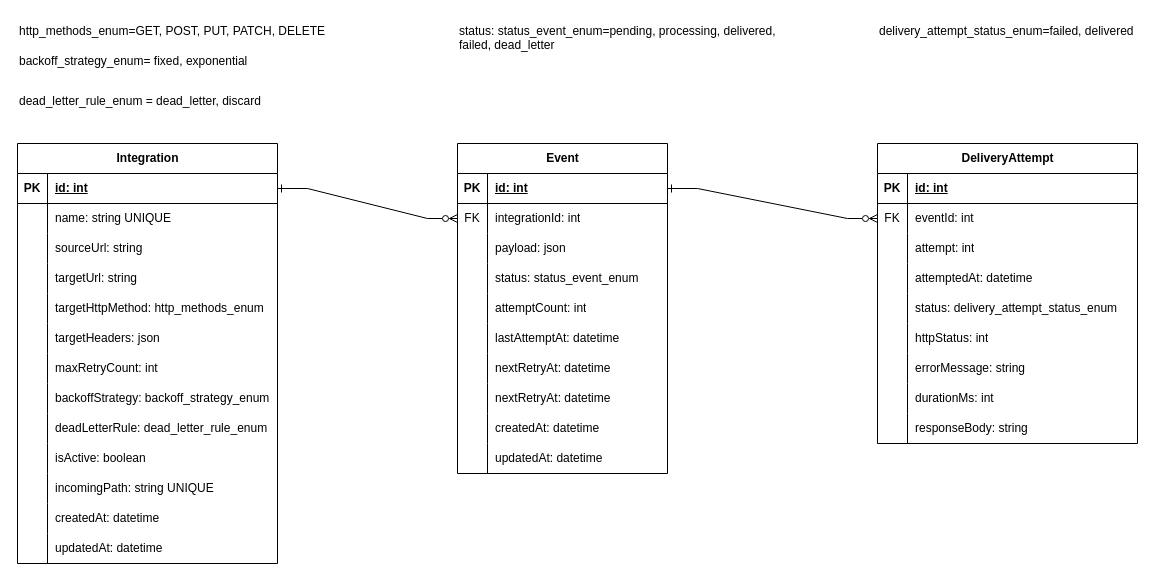
Earlier version of the draw.io diagram docs/er-diagram.drawio (Andrei-Soloviev/Integration-Hub). Source tidied: cells renumbered, new cells numbered last; positions are measured from the earlier drawing's top-left corner, leaving out a move shared by most shapes. Both pictures are drawn from the tidied source at 100%, with x=0, y=0 at pixel (17, 17).
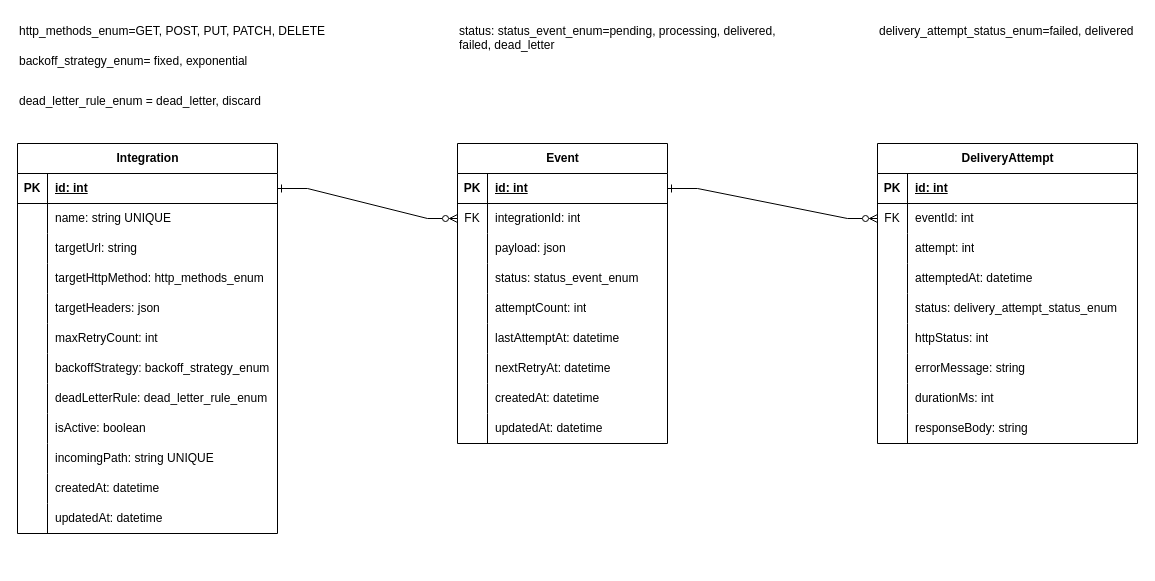
The same diagram, later.

Commit message (it also covers changes not shown here):
add schema.prisma and fix er-diagram and fix api-docs

What changed in the source:
```diff
@@
     <mxCell id="2" value="Integration" style="shape=table;startSize=30;childLayout=tableLayout;rowLines=0;fontStyle=1;align=center;html=1;" parent="1" vertex="1">
-      <mxGeometry y="126" width="260" height="420" as="geometry" />
+      <mxGeometry y="126" width="260" height="390" as="geometry" />
     </mxCell>
@@
-    <mxCell id="9" style="shape=tableRow;horizontal=0;startSize=0;swimlaneHead=0;swimlaneBody=0;fillColor=none;top=0;left=0;right=0;bottom=0;" parent="2" vertex="1">
-      <mxGeometry y="90" width="260" height="30" as="geometry" />
-    </mxCell>
-    <mxCell id="10" style="shape=partialRectangle;fillColor=none;top=0;left=0;bottom=0;right=0;overflow=hidden;whiteSpace=wrap;html=1;" parent="9" vertex="1">
-      <mxGeometry width="30" height="30" as="geometry" />
-    </mxCell>
-    <mxCell id="11" value="sourceUrl: string" style="shape=partialRectangle;fillColor=none;top=0;left=0;bottom=0;right=0;align=left;spacingLeft=6;overflow=hidden;whiteSpace=wrap;html=1;" parent="9" vertex="1">
-      <mxGeometry x="30" width="230" height="30" as="geometry" />
-    </mxCell>
     <mxCell id="12" style="shape=tableRow;horizontal=0;startSize=0;swimlaneHead=0;swimlaneBody=0;fillColor=none;top=0;left=0;right=0;bottom=0;" parent="2" vertex="1">
-      <mxGeometry y="120" width="260" height="30" as="geometry" />
+      <mxGeometry y="90" width="260" height="30" as="geometry" />
     </mxCell>
@@
     <mxCell id="15" style="shape=tableRow;horizontal=0;startSize=0;swimlaneHead=0;swimlaneBody=0;fillColor=none;top=0;left=0;right=0;bottom=0;" parent="2" vertex="1">
-      <mxGeometry y="150" width="260" height="30" as="geometry" />
+      <mxGeometry y="120" width="260" height="30" as="geometry" />
     </mxCell>
@@
     <mxCell id="18" style="shape=tableRow;horizontal=0;startSize=0;swimlaneHead=0;swimlaneBody=0;fillColor=none;top=0;left=0;right=0;bottom=0;" parent="2" vertex="1">
-      <mxGeometry y="180" width="260" height="30" as="geometry" />
+      <mxGeometry y="150" width="260" height="30" as="geometry" />
     </mxCell>
@@
     <mxCell id="21" style="shape=tableRow;horizontal=0;startSize=0;swimlaneHead=0;swimlaneBody=0;fillColor=none;top=0;left=0;right=0;bottom=0;" parent="2" vertex="1">
-      <mxGeometry y="210" width="260" height="30" as="geometry" />
+      <mxGeometry y="180" width="260" height="30" as="geometry" />
     </mxCell>
@@
     <mxCell id="24" style="shape=tableRow;horizontal=0;startSize=0;swimlaneHead=0;swimlaneBody=0;fillColor=none;top=0;left=0;right=0;bottom=0;" parent="2" vertex="1">
-      <mxGeometry y="240" width="260" height="30" as="geometry" />
+      <mxGeometry y="210" width="260" height="30" as="geometry" />
     </mxCell>
@@
     <mxCell id="27" style="shape=tableRow;horizontal=0;startSize=0;swimlaneHead=0;swimlaneBody=0;fillColor=none;top=0;left=0;right=0;bottom=0;" parent="2" vertex="1">
-      <mxGeometry y="270" width="260" height="30" as="geometry" />
+      <mxGeometry y="240" width="260" height="30" as="geometry" />
     </mxCell>
@@
     <mxCell id="30" style="shape=tableRow;horizontal=0;startSize=0;swimlaneHead=0;swimlaneBody=0;fillColor=none;top=0;left=0;right=0;bottom=0;" parent="2" vertex="1">
-      <mxGeometry y="300" width="260" height="30" as="geometry" />
+      <mxGeometry y="270" width="260" height="30" as="geometry" />
     </mxCell>
@@
     <mxCell id="33" style="shape=tableRow;horizontal=0;startSize=0;swimlaneHead=0;swimlaneBody=0;fillColor=none;top=0;left=0;right=0;bottom=0;" parent="2" vertex="1">
-      <mxGeometry y="330" width="260" height="30" as="geometry" />
+      <mxGeometry y="300" width="260" height="30" as="geometry" />
     </mxCell>
@@
     <mxCell id="36" style="shape=tableRow;horizontal=0;startSize=0;swimlaneHead=0;swimlaneBody=0;fillColor=none;top=0;left=0;right=0;bottom=0;" parent="2" vertex="1">
-      <mxGeometry y="360" width="260" height="30" as="geometry" />
+      <mxGeometry y="330" width="260" height="30" as="geometry" />
     </mxCell>
@@
     <mxCell id="39" style="shape=tableRow;horizontal=0;startSize=0;swimlaneHead=0;swimlaneBody=0;fillColor=none;top=0;left=0;right=0;bottom=0;" parent="2" vertex="1">
-      <mxGeometry y="390" width="260" height="30" as="geometry" />
+      <mxGeometry y="360" width="260" height="30" as="geometry" />
     </mxCell>
@@
     <mxCell id="45" value="Event" style="shape=table;startSize=30;childLayout=tableLayout;rowLines=0;fontStyle=1;align=center;html=1;" parent="1" vertex="1">
-      <mxGeometry x="440" y="126" width="210" height="330" as="geometry" />
+      <mxGeometry x="440" y="126" width="210" height="300" as="geometry" />
     </mxCell>
@@
-    <mxCell id="67" style="shape=tableRow;horizontal=0;startSize=0;swimlaneHead=0;swimlaneBody=0;fillColor=none;top=0;left=0;right=0;bottom=0;" parent="45" vertex="1">
-      <mxGeometry y="240" width="210" height="30" as="geometry" />
-    </mxCell>
-    <mxCell id="68" style="shape=partialRectangle;fillColor=none;top=0;left=0;bottom=0;right=0;overflow=hidden;whiteSpace=wrap;html=1;" parent="67" vertex="1">
-      <mxGeometry width="30" height="30" as="geometry" />
-    </mxCell>
-    <mxCell id="69" value="nextRetryAt: datetime" style="shape=partialRectangle;fillColor=none;top=0;left=0;bottom=0;right=0;align=left;spacingLeft=6;overflow=hidden;whiteSpace=wrap;html=1;" parent="67" vertex="1">
-      <mxGeometry x="30" width="180" height="30" as="geometry" />
-    </mxCell>
     <mxCell id="70" style="shape=tableRow;horizontal=0;startSize=0;swimlaneHead=0;swimlaneBody=0;fillColor=none;top=0;left=0;right=0;bottom=0;" parent="45" vertex="1">
-      <mxGeometry y="270" width="210" height="30" as="geometry" />
+      <mxGeometry y="240" width="210" height="30" as="geometry" />
     </mxCell>
@@
     <mxCell id="73" style="shape=tableRow;horizontal=0;startSize=0;swimlaneHead=0;swimlaneBody=0;fillColor=none;top=0;left=0;right=0;bottom=0;" parent="45" vertex="1">
-      <mxGeometry y="300" width="210" height="30" as="geometry" />
+      <mxGeometry y="270" width="210" height="30" as="geometry" />
     </mxCell>
```
